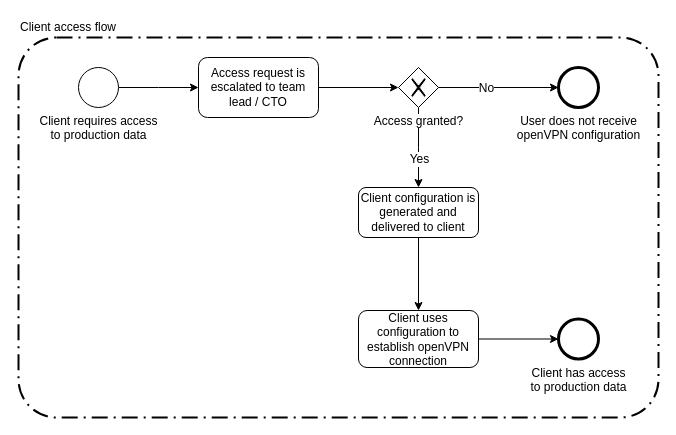
GlennDeSmedt/GlennDeSmedt.github.io keeps this draw.io diagram as page "Client flow" (4 of 5) of OVPN Flow.drawio. Above is the earlier version. Source tidied: cells renumbered, new cells numbered last; positions are measured from the earlier drawing's top-left corner, leaving out a move shared by most shapes. Both pictures are drawn from the tidied source at 100%, with x=0, y=0 at pixel (18, 17).
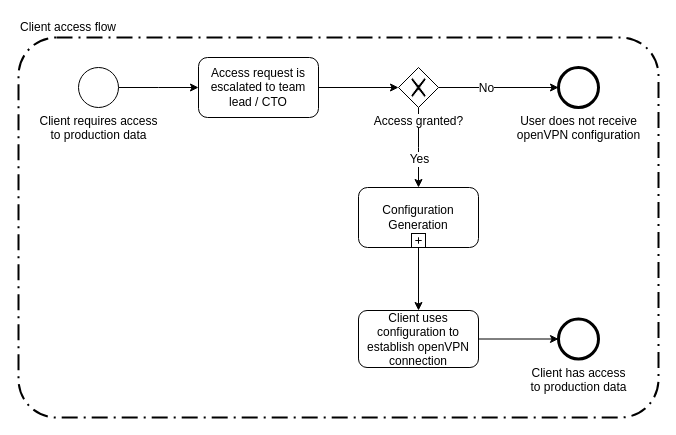
Above is the later version.

Unchanged cells that the change refers to:
```xml
<mxCell id="15" value="Client uses configuration to establish openVPN connection" style="shape=ext;rounded=1;html=1;whiteSpace=wrap;" parent="1" vertex="1">
  <mxGeometry x="340" y="293" width="120" height="57" as="geometry" />
</mxCell>
```

The edit, as a diff of the source:
```diff
@@
+    <mxCell id="17" style="rounded=1;arcSize=10;dashed=1;strokeColor=#000000;fillColor=none;gradientColor=none;dashPattern=8 3 1 3;strokeWidth=2;" parent="1" vertex="1">
+      <mxGeometry y="20" width="640" height="380" as="geometry" />
+    </mxCell>
@@
-    <mxCell id="12" style="edgeStyle=orthogonalEdgeStyle;rounded=0;jettySize=auto;html=1;" parent="1" edge="1" source="13" target="15">
+    <mxCell id="12" style="edgeStyle=orthogonalEdgeStyle;rounded=0;jettySize=auto;html=1;exitX=0.5;exitY=1;exitDx=0;exitDy=0;" parent="1" edge="1" source="20" target="15">
       <mxGeometry relative="1" as="geometry" />
     </mxCell>
-    <mxCell id="13" value="Client configuration is generated and delivered to client" style="shape=ext;rounded=1;html=1;whiteSpace=wrap;" parent="1" vertex="1">
-      <mxGeometry x="340" y="170" width="120" height="50" as="geometry" />
-    </mxCell>
@@
-    <mxCell id="17" style="rounded=1;arcSize=10;dashed=1;strokeColor=#000000;fillColor=none;gradientColor=none;dashPattern=8 3 1 3;strokeWidth=2;" parent="1" vertex="1">
-      <mxGeometry y="20" width="640" height="380" as="geometry" />
-    </mxCell>
@@
+    <mxCell id="19" value="Configuration Generation" style="html=1;whiteSpace=wrap;rounded=1;" parent="1" vertex="1">
+      <mxGeometry x="340" y="170" width="120" height="60" as="geometry" />
+    </mxCell>
+    <mxCell id="20" style="html=1;shape=plus;outlineConnect=0;" parent="19" vertex="1">
+      <mxGeometry x="0.5" y="1" width="14" height="14" relative="1" as="geometry">
+        <mxPoint x="-7" y="-14" as="offset" />
+      </mxGeometry>
+    </mxCell>
```
